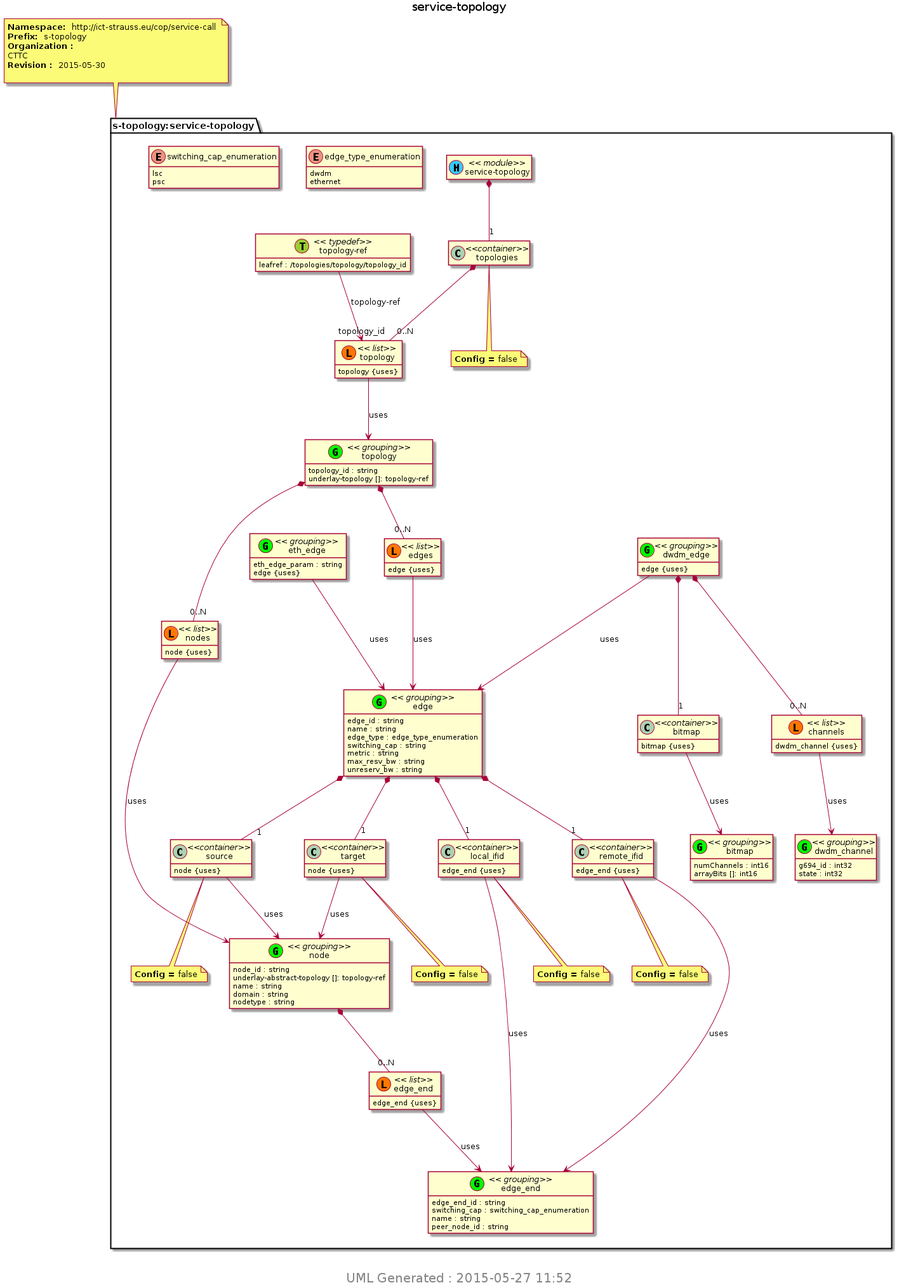
Before: yang/yang-cop/img/service-topology.png, a diagram exported from PlantUML (ict-strauss/COP). The source it was exported from:
```plantuml
@startuml img/service-topology.png
hide empty fields
hide empty methods
hide <<case>> circle
hide <<augment>> circle
hide <<choice>> circle
hide <<leafref>> stereotype
hide <<leafref>> circle
page 1x1
Title service-topology
note top of s_topology_service_topology : <b>Namespace: </b> http://ict-strauss.eu/cop/service-call \n<b>Prefix: </b> s-topology \n<b>Organization : </b>\nCTTC \n<b>Revision : </b> 2015-05-30 \n
package "s-topology:service-topology" as s_topology_service_topology {
class "service-topology" as service_topology << (M, #33CCFF) module>>
class "topology-ref" as topology_ref << (T, YellowGreen) typedef>>
topology_ref : leafref : /topologies/topology/topology_id
enum "edge_type_enumeration" as service_topology_I_edge_type_enumeration {
dwdm
ethernet
}
enum "switching_cap_enumeration" as service_topology_I_switching_cap_enumeration {
lsc
psc
}
class "topology" as service_topology_I_topology_grouping <<(G,Lime) grouping>>
service_topology_I_topology_grouping : topology_id : string
service_topology_I_topology_grouping : underlay-topology []: topology-ref
class "nodes" as service_topology_I_topology_I_nodes << (L, #FF7700) list>>
service_topology_I_topology_grouping *-- "0..N" service_topology_I_topology_I_nodes
service_topology_I_topology_I_nodes : node {uses}
class "edges" as service_topology_I_topology_I_edges << (L, #FF7700) list>>
service_topology_I_topology_grouping *-- "0..N" service_topology_I_topology_I_edges
service_topology_I_topology_I_edges : edge {uses}
class "edge_end" as service_topology_I_edge_end_grouping <<(G,Lime) grouping>>
service_topology_I_edge_end_grouping : edge_end_id : string
service_topology_I_edge_end_grouping : switching_cap : switching_cap_enumeration
service_topology_I_edge_end_grouping : name : string
service_topology_I_edge_end_grouping : peer_node_id : string
class "node" as service_topology_I_node_grouping <<(G,Lime) grouping>>
service_topology_I_node_grouping : node_id : string
service_topology_I_node_grouping : underlay-abstract-topology []: topology-ref
service_topology_I_node_grouping : name : string
service_topology_I_node_grouping : domain : string
service_topology_I_node_grouping : nodetype : string
class "edge_end" as service_topology_I_node_I_edge_end << (L, #FF7700) list>>
service_topology_I_node_grouping *-- "0..N" service_topology_I_node_I_edge_end
service_topology_I_node_I_edge_end : edge_end {uses}
class "edge" as service_topology_I_edge_grouping <<(G,Lime) grouping>>
service_topology_I_edge_grouping : edge_id : string
service_topology_I_edge_grouping : name : string
service_topology_I_edge_grouping : edge_type : edge_type_enumeration
service_topology_I_edge_grouping : switching_cap : string
service_topology_I_edge_grouping : metric : string
service_topology_I_edge_grouping : max_resv_bw : string
service_topology_I_edge_grouping : unreserv_bw : string
class "source" as  service_topology_I_edge_I_source <<container>>
service_topology_I_edge_grouping *-- "1" service_topology_I_edge_I_source
note bottom of service_topology_I_edge_I_source
<b>Config = </b>false
end note
service_topology_I_edge_I_source : node {uses}
class "target" as  service_topology_I_edge_I_target <<container>>
service_topology_I_edge_grouping *-- "1" service_topology_I_edge_I_target
note bottom of service_topology_I_edge_I_target
<b>Config = </b>false
end note
service_topology_I_edge_I_target : node {uses}
class "local_ifid" as  service_topology_I_edge_I_local_ifid <<container>>
service_topology_I_edge_grouping *-- "1" service_topology_I_edge_I_local_ifid
note bottom of service_topology_I_edge_I_local_ifid
<b>Config = </b>false
end note
service_topology_I_edge_I_local_ifid : edge_end {uses}
class "remote_ifid" as  service_topology_I_edge_I_remote_ifid <<container>>
service_topology_I_edge_grouping *-- "1" service_topology_I_edge_I_remote_ifid
note bottom of service_topology_I_edge_I_remote_ifid
<b>Config = </b>false
end note
service_topology_I_edge_I_remote_ifid : edge_end {uses}
class "dwdm_channel" as service_topology_I_dwdm_channel_grouping <<(G,Lime) grouping>>
service_topology_I_dwdm_channel_grouping : g694_id : int32
service_topology_I_dwdm_channel_grouping : state : int32
class "bitmap" as service_topology_I_bitmap_grouping <<(G,Lime) grouping>>
service_topology_I_bitmap_grouping : numChannels : int16
service_topology_I_bitmap_grouping : arrayBits []: int16
class "dwdm_edge" as service_topology_I_dwdm_edge_grouping <<(G,Lime) grouping>>
class "bitmap" as  service_topology_I_dwdm_edge_I_bitmap <<container>>
service_topology_I_dwdm_edge_grouping *-- "1" service_topology_I_dwdm_edge_I_bitmap
service_topology_I_dwdm_edge_I_bitmap : bitmap {uses}
class "channels" as service_topology_I_dwdm_edge_I_channels << (L, #FF7700) list>>
service_topology_I_dwdm_edge_grouping *-- "0..N" service_topology_I_dwdm_edge_I_channels
service_topology_I_dwdm_edge_I_channels : dwdm_channel {uses}
service_topology_I_dwdm_edge_grouping : edge {uses}
class "eth_edge" as service_topology_I_eth_edge_grouping <<(G,Lime) grouping>>
service_topology_I_eth_edge_grouping : eth_edge_param : string
service_topology_I_eth_edge_grouping : edge {uses}
class "topologies" as  service_topology_I_topologies <<container>>
service_topology *-- "1" service_topology_I_topologies
note bottom of service_topology_I_topologies
<b>Config = </b>false
end note
class "topology" as service_topology_I_topologies_I_topology << (L, #FF7700) list>>
service_topology_I_topologies *-- "0..N" service_topology_I_topologies_I_topology
service_topology_I_topologies_I_topology : topology {uses}
}

service_topology_I_topology_I_nodes --> service_topology_I_node_grouping : uses
service_topology_I_topology_I_edges --> service_topology_I_edge_grouping : uses
service_topology_I_node_I_edge_end --> service_topology_I_edge_end_grouping : uses
service_topology_I_edge_I_source --> service_topology_I_node_grouping : uses
service_topology_I_edge_I_target --> service_topology_I_node_grouping : uses
service_topology_I_edge_I_local_ifid --> service_topology_I_edge_end_grouping : uses
service_topology_I_edge_I_remote_ifid --> service_topology_I_edge_end_grouping : uses
service_topology_I_dwdm_edge_I_bitmap --> service_topology_I_bitmap_grouping : uses
service_topology_I_dwdm_edge_I_channels --> service_topology_I_dwdm_channel_grouping : uses
service_topology_I_dwdm_edge_grouping --> service_topology_I_edge_grouping : uses
service_topology_I_eth_edge_grouping --> service_topology_I_edge_grouping : uses
service_topology_I_topologies_I_topology --> service_topology_I_topology_grouping : uses
topology_ref-->"topology_id"service_topology_I_topologies_I_topology: topology-ref
center footer
 <size:20> UML Generated : 2015-05-27 11:52 </size>
 endfooter
@enduml
```
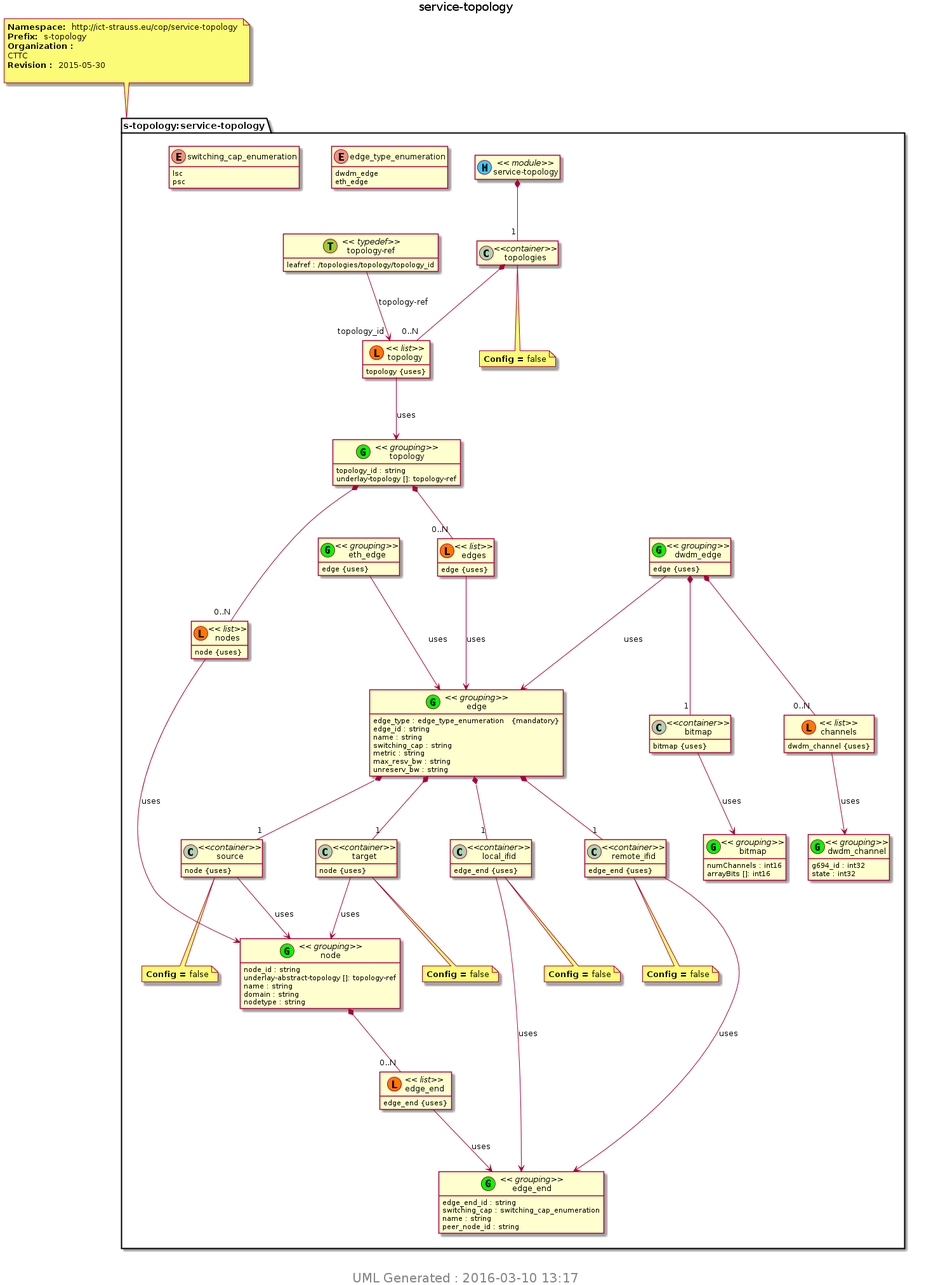
The same file after the commit.

Diff of the diagram source:
```diff
@@ -8,14 +8,14 @@
 hide <<leafref>> circle
 page 1x1
 Title service-topology
-note top of s_topology_service_topology : <b>Namespace: </b> http://ict-strauss.eu/cop/service-call \n<b>Prefix: </b> s-topology \n<b>Organization : </b>\nCTTC \n<b>Revision : </b> 2015-05-30 \n
+note top of s_topology_service_topology : <b>Namespace: </b> http://ict-strauss.eu/cop/service-topology \n<b>Prefix: </b> s-topology \n<b>Organization : </b>\nCTTC \n<b>Revision : </b> 2015-05-30 \n
 package "s-topology:service-topology" as s_topology_service_topology {
 class "service-topology" as service_topology << (M, #33CCFF) module>>
 class "topology-ref" as topology_ref << (T, YellowGreen) typedef>>
 topology_ref : leafref : /topologies/topology/topology_id
 enum "edge_type_enumeration" as service_topology_I_edge_type_enumeration {
-dwdm
-ethernet
+dwdm_edge
+eth_edge
 }
 enum "switching_cap_enumeration" as service_topology_I_switching_cap_enumeration {
 lsc
@@ -45,9 +45,9 @@
 service_topology_I_node_grouping *-- "0..N" service_topology_I_node_I_edge_end
 service_topology_I_node_I_edge_end : edge_end {uses}
 class "edge" as service_topology_I_edge_grouping <<(G,Lime) grouping>>
+service_topology_I_edge_grouping : edge_type : edge_type_enumeration   {mandatory}
 service_topology_I_edge_grouping : edge_id : string
 service_topology_I_edge_grouping : name : string
-service_topology_I_edge_grouping : edge_type : edge_type_enumeration
 service_topology_I_edge_grouping : switching_cap : string
 service_topology_I_edge_grouping : metric : string
 service_topology_I_edge_grouping : max_resv_bw : string
@@ -91,7 +91,6 @@
 service_topology_I_dwdm_edge_I_channels : dwdm_channel {uses}
 service_topology_I_dwdm_edge_grouping : edge {uses}
 class "eth_edge" as service_topology_I_eth_edge_grouping <<(G,Lime) grouping>>
-service_topology_I_eth_edge_grouping : eth_edge_param : string
 service_topology_I_eth_edge_grouping : edge {uses}
 class "topologies" as  service_topology_I_topologies <<container>>
 service_topology *-- "1" service_topology_I_topologies
@@ -117,6 +116,6 @@
 service_topology_I_topologies_I_topology --> service_topology_I_topology_grouping : uses
 topology_ref-->"topology_id"service_topology_I_topologies_I_topology: topology-ref
 center footer
- <size:20> UML Generated : 2015-05-27 11:52 </size>
+ <size:20> UML Generated : 2016-03-10 13:17 </size>
  endfooter
 @enduml
```
